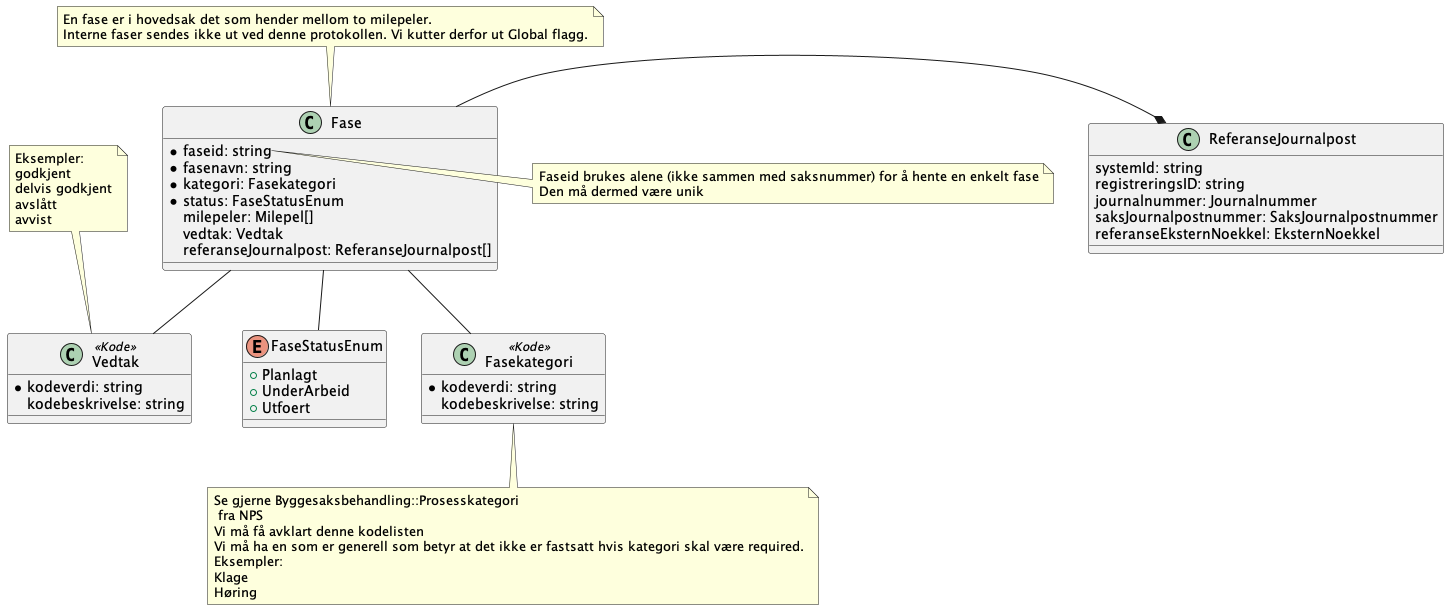
ks-no/fiks-saksfaser-specification keeps this PlantUML diagram as Dokumentasjon/V1/ClassDiagrams/no.ks.fiks.saksfaser.v1.felles.fase/classdiagram.png. Above is the earlier version.
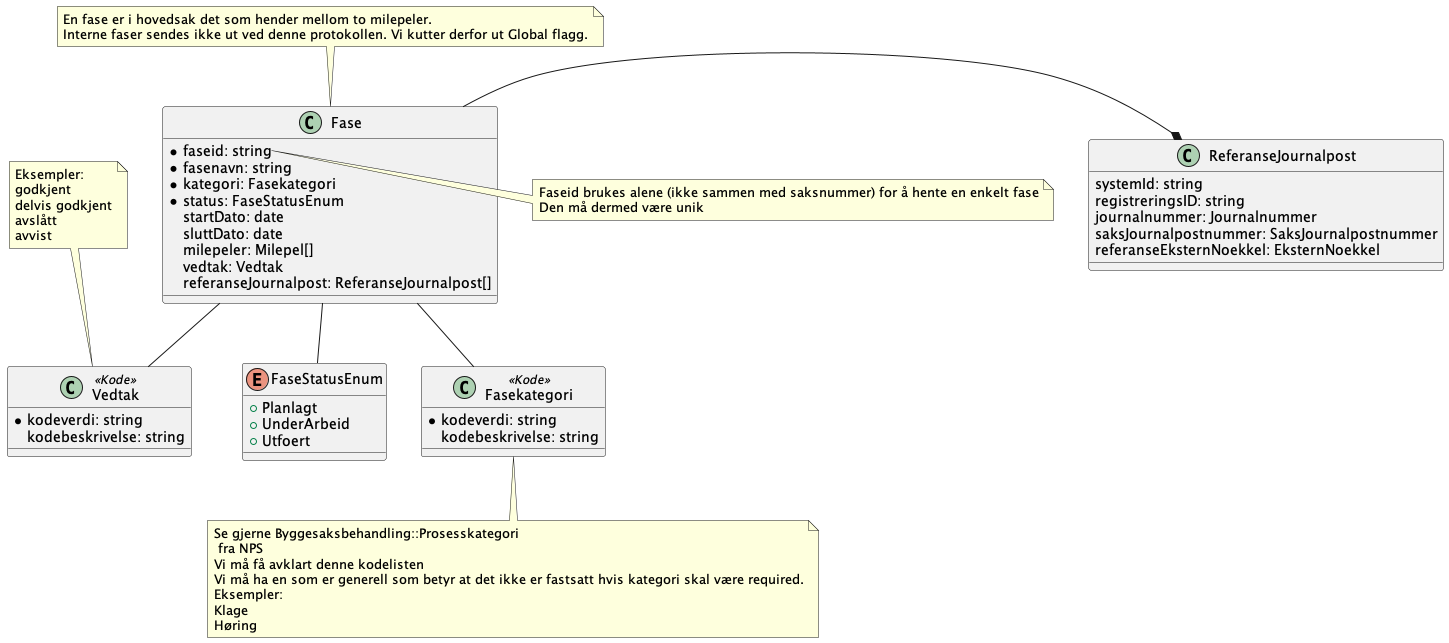
The same diagram one commit later.

Diff of the diagram source:
```diff
@@ -1,13 +1,13 @@
 @startuml
 !include ./../no.ks.fiks.saksfaser.v1.felles.referansejournalpost/classdiagram.pu
-
-
 
 class Fase {
     *faseid: string
     *fasenavn: string
     *kategori: Fasekategori
     *status: FaseStatusEnum
+    startDato: date
+    sluttDato: date
     milepeler: Milepel[]
     vedtak: Vedtak
     referanseJournalpost: ReferanseJournalpost[]
```
